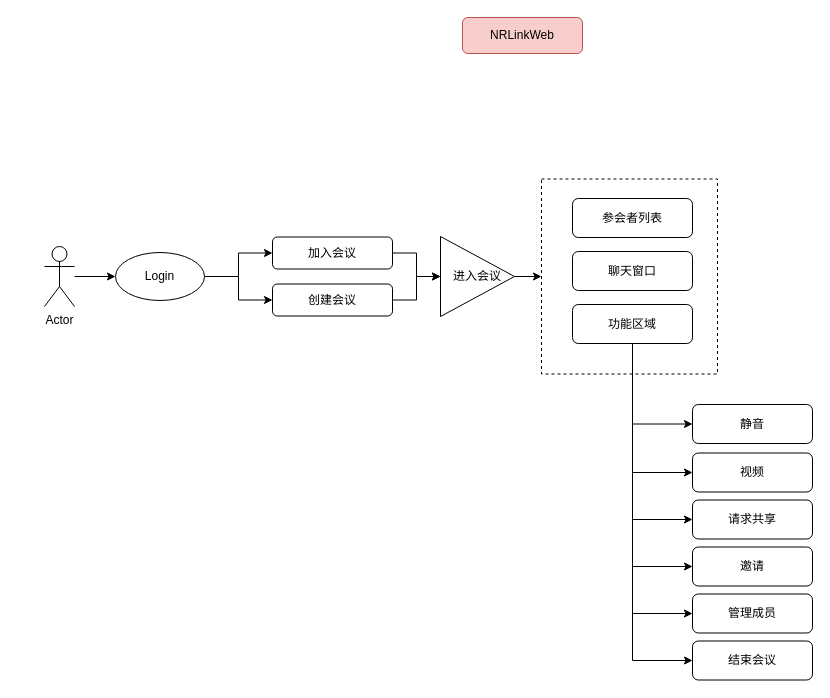
Above: page "Web Page" (1 of 3) of NRLink.drawio in tnndworlds/draw.io (draw.io), before the change. Source tidied: cells renumbered, new cells numbered last; positions are measured from the earlier drawing's top-left corner, leaving out a move shared by most shapes. Both pictures are drawn from the tidied source at 100%, with x=0, y=0 at pixel (44, 17).
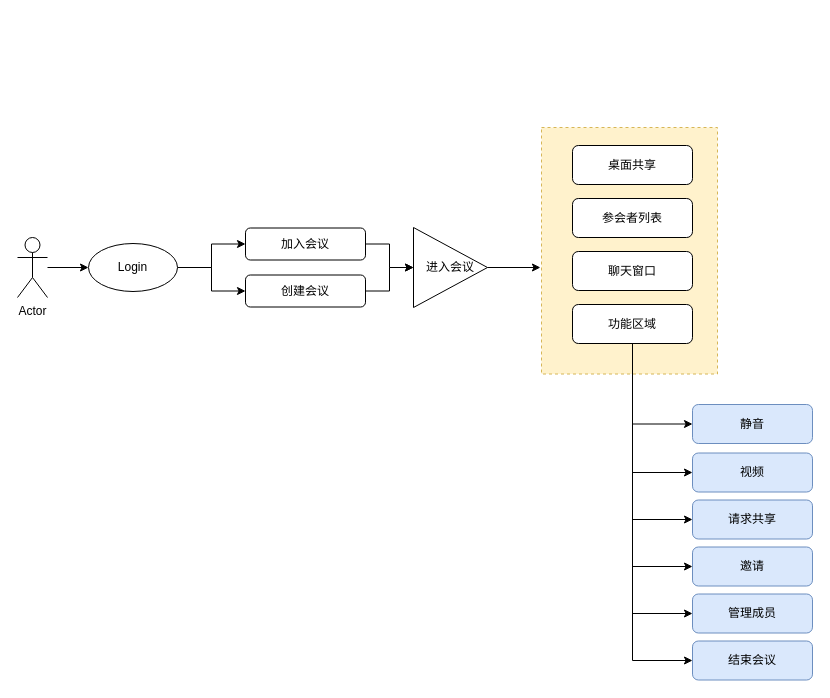
The same page after the edit.

Change to the diagram source:
```diff
@@
-    <mxCell id="2" style="rounded=0;whiteSpace=wrap;html=1;dashed=1;" parent="1" vertex="1">
-      <mxGeometry x="497" y="161.5" width="176" height="195" as="geometry" />
+    <mxCell id="2" style="rounded=0;whiteSpace=wrap;html=1;dashed=1;fillColor=#fff2cc;strokeColor=#d6b656;" parent="1" vertex="1">
+      <mxGeometry x="497" y="110" width="176" height="246.5" as="geometry" />
     </mxCell>
-    <mxCell id="3" value="NRLinkWeb" style="rounded=1;whiteSpace=wrap;html=1;fillColor=#f8cecc;strokeColor=#b85450;" parent="1" vertex="1">
-      <mxGeometry x="418" width="120" height="36" as="geometry" />
-    </mxCell>
@@
     <mxCell id="6" value="Login" style="ellipse;whiteSpace=wrap;html=1;" parent="1" vertex="1">
-      <mxGeometry x="71" y="235" width="89" height="48" as="geometry" />
+      <mxGeometry x="44" y="226" width="89" height="48" as="geometry" />
     </mxCell>
@@
     <mxCell id="8" value="加入会议" style="rounded=1;whiteSpace=wrap;html=1;" parent="1" vertex="1">
-      <mxGeometry x="228" y="219.5" width="120" height="32" as="geometry" />
+      <mxGeometry x="201" y="210.5" width="120" height="32" as="geometry" />
     </mxCell>
@@
     <mxCell id="10" value="创建会议" style="rounded=1;whiteSpace=wrap;html=1;" parent="1" vertex="1">
-      <mxGeometry x="228" y="266.5" width="120" height="32" as="geometry" />
+      <mxGeometry x="201" y="257.5" width="120" height="32" as="geometry" />
     </mxCell>
@@
     <mxCell id="12" value="Actor" style="shape=umlActor;verticalLabelPosition=bottom;labelBackgroundColor=#ffffff;verticalAlign=top;html=1;outlineConnect=0;" parent="1" vertex="1">
-      <mxGeometry y="229" width="30" height="60" as="geometry" />
+      <mxGeometry x="-27" y="220" width="30" height="60" as="geometry" />
     </mxCell>
-    <mxCell id="13" style="edgeStyle=orthogonalEdgeStyle;rounded=0;jettySize=auto;html=1;" parent="1" edge="1" source="14" target="2">
+    <mxCell id="13" style="edgeStyle=orthogonalEdgeStyle;rounded=0;jettySize=auto;html=1;entryX=-0.006;entryY=0.568;entryDx=0;entryDy=0;entryPerimeter=0;" parent="1" edge="1" source="14" target="2">
       <mxGeometry relative="1" as="geometry" />
     </mxCell>
     <mxCell id="14" value="进入会议" style="triangle;whiteSpace=wrap;html=1;" parent="1" vertex="1">
-      <mxGeometry x="396" y="219" width="74" height="80" as="geometry" />
+      <mxGeometry x="369" y="210" width="74" height="80" as="geometry" />
     </mxCell>
@@
-    <mxCell id="24" value="静音" style="rounded=1;whiteSpace=wrap;html=1;" parent="1" vertex="1">
+    <mxCell id="24" value="静音" style="rounded=1;whiteSpace=wrap;html=1;fillColor=#dae8fc;strokeColor=#6c8ebf;" parent="1" vertex="1">
       <mxGeometry x="648" y="387" width="120" height="39" as="geometry" />
     </mxCell>
-    <mxCell id="25" value="视频" style="rounded=1;whiteSpace=wrap;html=1;" parent="1" vertex="1">
+    <mxCell id="25" value="视频" style="rounded=1;whiteSpace=wrap;html=1;fillColor=#dae8fc;strokeColor=#6c8ebf;" parent="1" vertex="1">
       <mxGeometry x="648" y="435.5" width="120" height="39" as="geometry" />
     </mxCell>
-    <mxCell id="26" value="请求共享" style="rounded=1;whiteSpace=wrap;html=1;" parent="1" vertex="1">
+    <mxCell id="26" value="请求共享" style="rounded=1;whiteSpace=wrap;html=1;fillColor=#dae8fc;strokeColor=#6c8ebf;" parent="1" vertex="1">
       <mxGeometry x="648" y="482.5" width="120" height="39" as="geometry" />
     </mxCell>
-    <mxCell id="27" value="邀请" style="rounded=1;whiteSpace=wrap;html=1;" parent="1" vertex="1">
+    <mxCell id="27" value="邀请" style="rounded=1;whiteSpace=wrap;html=1;fillColor=#dae8fc;strokeColor=#6c8ebf;" parent="1" vertex="1">
       <mxGeometry x="648" y="529.5" width="120" height="39" as="geometry" />
     </mxCell>
-    <mxCell id="28" value="管理成员" style="rounded=1;whiteSpace=wrap;html=1;" parent="1" vertex="1">
+    <mxCell id="28" value="管理成员" style="rounded=1;whiteSpace=wrap;html=1;fillColor=#dae8fc;strokeColor=#6c8ebf;" parent="1" vertex="1">
       <mxGeometry x="648" y="576.5" width="120" height="39" as="geometry" />
     </mxCell>
-    <mxCell id="29" value="结束会议" style="rounded=1;whiteSpace=wrap;html=1;" parent="1" vertex="1">
+    <mxCell id="29" value="结束会议" style="rounded=1;whiteSpace=wrap;html=1;fillColor=#dae8fc;strokeColor=#6c8ebf;" parent="1" vertex="1">
       <mxGeometry x="648" y="623.5" width="120" height="39" as="geometry" />
     </mxCell>
+    <mxCell id="30" value="桌面共享" style="rounded=1;whiteSpace=wrap;html=1;" parent="1" vertex="1">
+      <mxGeometry x="528" y="128" width="120" height="39" as="geometry" />
+    </mxCell>
```
